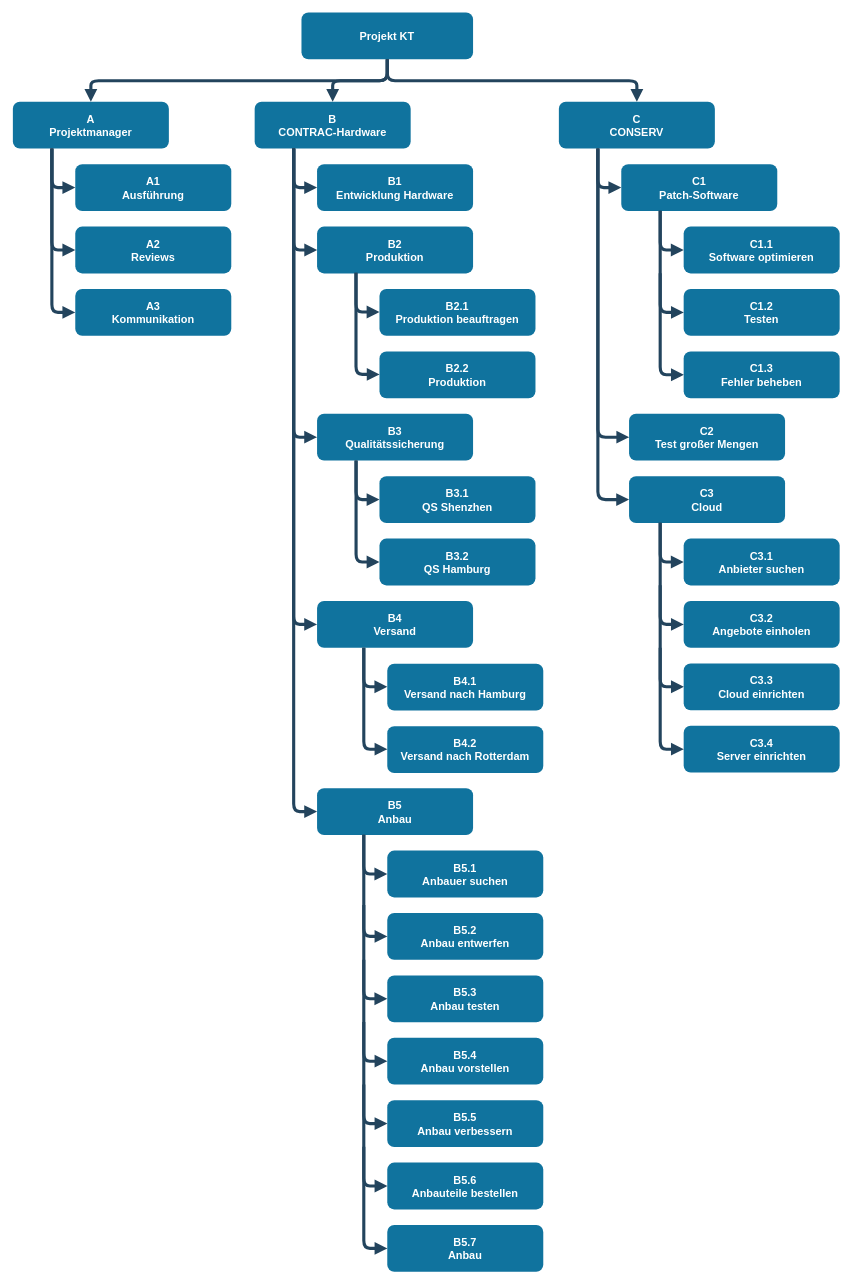
Above: Bilder/WBS.drawio in karabenemsi/ProjMan-Hausarbeit (draw.io), before the change. Source tidied: cells renumbered, new cells numbered last; positions are measured from the earlier drawing's top-left corner, leaving out a move shared by most shapes. Both pictures are drawn from the tidied source at 78%, with x=0, y=0 at pixel (12, 12).
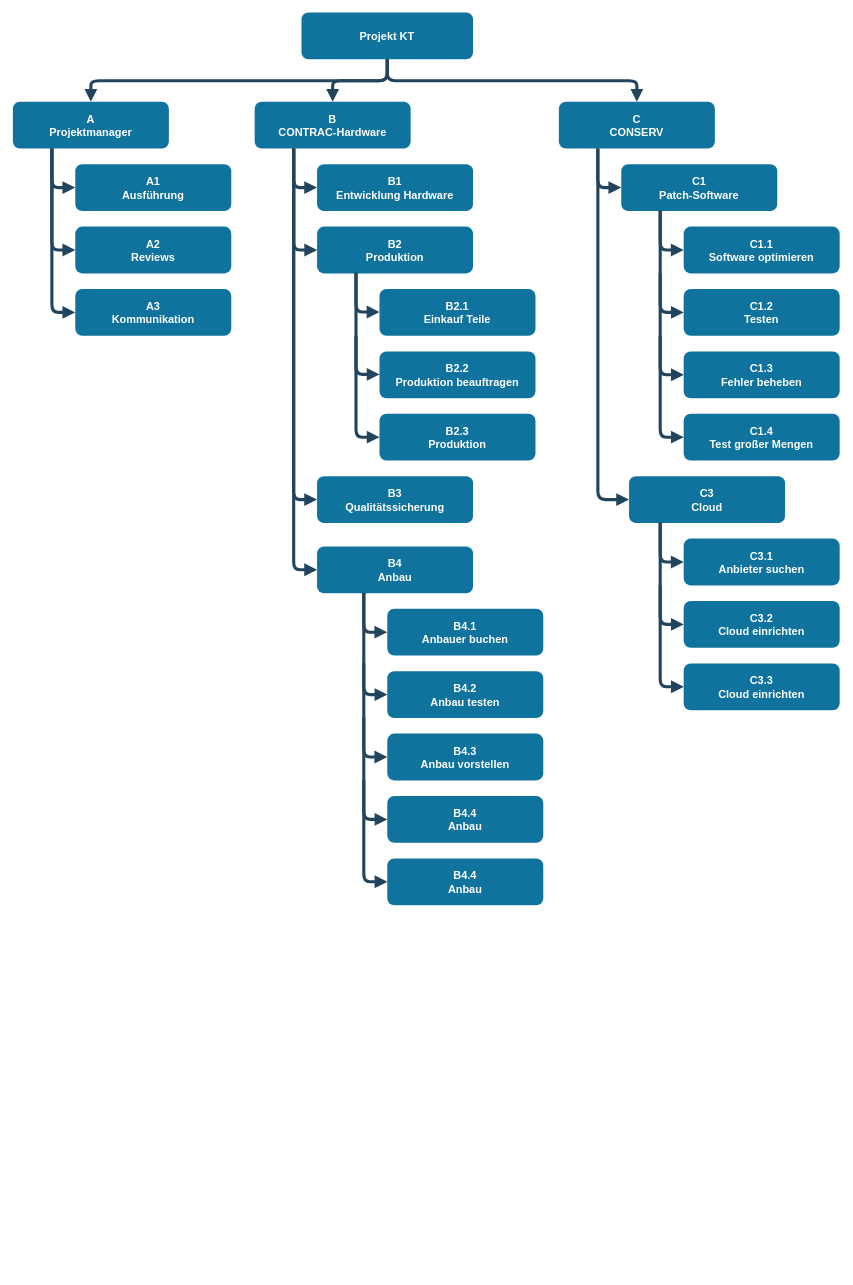
The same page after the edit.

The change refers to these unchanged cells:
```xml
<mxCell id="4" value="B&#10;CONTRAC-Hardware" style="rounded=1;fillColor=#10739E;strokeColor=none;shadow=0;gradientColor=none;fontStyle=1;fontColor=#FFFFFF;fontSize=14;" parent="1" vertex="1">
  <mxGeometry x="310" y="114" width="200" height="60" as="geometry" />
</mxCell>
<mxCell id="5" value="C&#10;CONSERV" style="rounded=1;fillColor=#10739E;strokeColor=none;shadow=0;gradientColor=none;fontStyle=1;fontColor=#FFFFFF;fontSize=14;" parent="1" vertex="1">
  <mxGeometry x="700" y="114" width="200" height="60" as="geometry" />
</mxCell>
```

The edit, as a diff of the source:
```diff
@@
     <mxCell id="17" value="B3&#10;Qualitätssicherung" style="rounded=1;fillColor=#10739E;strokeColor=none;shadow=0;gradientColor=none;fontStyle=1;fontColor=#FFFFFF;fontSize=14;" parent="1" vertex="1">
-      <mxGeometry x="390" y="514" width="200" height="60" as="geometry" />
+      <mxGeometry x="390" y="594" width="200" height="60" as="geometry" />
     </mxCell>
-    <mxCell id="18" value="B4&#10;Versand" style="rounded=1;fillColor=#10739E;strokeColor=none;shadow=0;gradientColor=none;fontStyle=1;fontColor=#FFFFFF;fontSize=14;" parent="1" vertex="1">
-      <mxGeometry x="390" y="754" width="200" height="60" as="geometry" />
-    </mxCell>
-    <mxCell id="19" value="B5&#10;Anbau" style="rounded=1;fillColor=#10739E;strokeColor=none;shadow=0;gradientColor=none;fontStyle=1;fontColor=#FFFFFF;fontSize=14;" parent="1" vertex="1">
-      <mxGeometry x="390" y="994" width="200" height="60" as="geometry" />
+    <mxCell id="19" value="B4&#10;Anbau" style="rounded=1;fillColor=#10739E;strokeColor=none;shadow=0;gradientColor=none;fontStyle=1;fontColor=#FFFFFF;fontSize=14;" parent="1" vertex="1">
+      <mxGeometry x="390" y="684" width="200" height="60" as="geometry" />
     </mxCell>
-    <mxCell id="20" value="B2.1&#10;Produktion beauftragen" style="rounded=1;fillColor=#10739E;strokeColor=none;shadow=0;gradientColor=none;fontStyle=1;fontColor=#FFFFFF;fontSize=14;" parent="1" vertex="1">
+    <mxCell id="20" value="B2.1&#10;Einkauf Teile" style="rounded=1;fillColor=#10739E;strokeColor=none;shadow=0;gradientColor=none;fontStyle=1;fontColor=#FFFFFF;fontSize=14;" parent="1" vertex="1">
       <mxGeometry x="470" y="354" width="200" height="60" as="geometry" />
     </mxCell>
-    <mxCell id="21" value="B2.2&#10;Produktion" style="rounded=1;fillColor=#10739E;strokeColor=none;shadow=0;gradientColor=none;fontStyle=1;fontColor=#FFFFFF;fontSize=14;" parent="1" vertex="1">
+    <mxCell id="21" value="B2.2&#10;Produktion beauftragen" style="rounded=1;fillColor=#10739E;strokeColor=none;shadow=0;gradientColor=none;fontStyle=1;fontColor=#FFFFFF;fontSize=14;" parent="1" vertex="1">
       <mxGeometry x="470" y="434" width="200" height="60" as="geometry" />
     </mxCell>
-    <mxCell id="22" value="B3.1&#10;QS Shenzhen" style="rounded=1;fillColor=#10739E;strokeColor=none;shadow=0;gradientColor=none;fontStyle=1;fontColor=#FFFFFF;fontSize=14;" parent="1" vertex="1">
-      <mxGeometry x="470" y="594" width="200" height="60" as="geometry" />
-    </mxCell>
-    <mxCell id="23" value="B3.2&#10;QS Hamburg" style="rounded=1;fillColor=#10739E;strokeColor=none;shadow=0;gradientColor=none;fontStyle=1;fontColor=#FFFFFF;fontSize=14;" parent="1" vertex="1">
-      <mxGeometry x="470" y="674" width="200" height="60" as="geometry" />
-    </mxCell>
-    <mxCell id="24" value="B4.1&#10;Versand nach Hamburg" style="rounded=1;fillColor=#10739E;strokeColor=none;shadow=0;gradientColor=none;fontStyle=1;fontColor=#FFFFFF;fontSize=14;" parent="1" vertex="1">
-      <mxGeometry x="480" y="834.5" width="200" height="60" as="geometry" />
-    </mxCell>
-    <mxCell id="25" value="B4.2&#10;Versand nach Rotterdam" style="rounded=1;fillColor=#10739E;strokeColor=none;shadow=0;gradientColor=none;fontStyle=1;fontColor=#FFFFFF;fontSize=14;" parent="1" vertex="1">
-      <mxGeometry x="480" y="914.5" width="200" height="60" as="geometry" />
-    </mxCell>
-    <mxCell id="26" value="B5.1&#10;Anbauer suchen" style="rounded=1;fillColor=#10739E;strokeColor=none;shadow=0;gradientColor=none;fontStyle=1;fontColor=#FFFFFF;fontSize=14;" parent="1" vertex="1">
-      <mxGeometry x="480" y="1074" width="200" height="60" as="geometry" />
+    <mxCell id="26" value="B4.1&#10;Anbauer buchen" style="rounded=1;fillColor=#10739E;strokeColor=none;shadow=0;gradientColor=none;fontStyle=1;fontColor=#FFFFFF;fontSize=14;" parent="1" vertex="1">
+      <mxGeometry x="480" y="764" width="200" height="60" as="geometry" />
     </mxCell>
-    <mxCell id="27" value="B5.2&#10;Anbau entwerfen" style="rounded=1;fillColor=#10739E;strokeColor=none;shadow=0;gradientColor=none;fontStyle=1;fontColor=#FFFFFF;fontSize=14;" parent="1" vertex="1">
-      <mxGeometry x="480" y="1154" width="200" height="60" as="geometry" />
-    </mxCell>
-    <mxCell id="28" value="B5.3&#10;Anbau testen" style="rounded=1;fillColor=#10739E;strokeColor=none;shadow=0;gradientColor=none;fontStyle=1;fontColor=#FFFFFF;fontSize=14;" parent="1" vertex="1">
-      <mxGeometry x="480" y="1234" width="200" height="60" as="geometry" />
-    </mxCell>
-    <mxCell id="29" value="B5.4&#10;Anbau vorstellen" style="rounded=1;fillColor=#10739E;strokeColor=none;shadow=0;gradientColor=none;fontStyle=1;fontColor=#FFFFFF;fontSize=14;" parent="1" vertex="1">
-      <mxGeometry x="480" y="1314" width="200" height="60" as="geometry" />
+    <mxCell id="29" value="B4.2&#10;Anbau testen" style="rounded=1;fillColor=#10739E;strokeColor=none;shadow=0;gradientColor=none;fontStyle=1;fontColor=#FFFFFF;fontSize=14;" parent="1" vertex="1">
+      <mxGeometry x="480" y="844" width="200" height="60" as="geometry" />
     </mxCell>
-    <mxCell id="30" value="B5.5&#10;Anbau verbessern" style="rounded=1;fillColor=#10739E;strokeColor=none;shadow=0;gradientColor=none;fontStyle=1;fontColor=#FFFFFF;fontSize=14;" parent="1" vertex="1">
-      <mxGeometry x="480" y="1394" width="200" height="60" as="geometry" />
-    </mxCell>
-    <mxCell id="31" value="B5.6&#10;Anbauteile bestellen" style="rounded=1;fillColor=#10739E;strokeColor=none;shadow=0;gradientColor=none;fontStyle=1;fontColor=#FFFFFF;fontSize=14;" parent="1" vertex="1">
-      <mxGeometry x="480" y="1474" width="200" height="60" as="geometry" />
+    <mxCell id="31" value="B4.3&#10;Anbau vorstellen" style="rounded=1;fillColor=#10739E;strokeColor=none;shadow=0;gradientColor=none;fontStyle=1;fontColor=#FFFFFF;fontSize=14;" parent="1" vertex="1">
+      <mxGeometry x="480" y="924" width="200" height="60" as="geometry" />
     </mxCell>
-    <mxCell id="32" value="B5.7&#10;Anbau" style="rounded=1;fillColor=#10739E;strokeColor=none;shadow=0;gradientColor=none;fontStyle=1;fontColor=#FFFFFF;fontSize=14;" parent="1" vertex="1">
-      <mxGeometry x="480" y="1554" width="200" height="60" as="geometry" />
+    <mxCell id="32" value="B4.4&#10;Anbau" style="rounded=1;fillColor=#10739E;strokeColor=none;shadow=0;gradientColor=none;fontStyle=1;fontColor=#FFFFFF;fontSize=14;" parent="1" vertex="1">
+      <mxGeometry x="480" y="1004" width="200" height="60" as="geometry" />
     </mxCell>
@@
     <mxCell id="35" style="edgeStyle=elbowEdgeStyle;elbow=vertical;strokeWidth=4;endArrow=block;endFill=1;fontStyle=1;strokeColor=#23445D;shadow=0;exitX=0.25;exitY=1;exitDx=0;exitDy=0;entryX=0;entryY=0.5;entryDx=0;entryDy=0;" parent="1" edge="1" source="4" target="17">
       <mxGeometry x="300" y="605.5" as="geometry">
         <Array as="points">
+          <mxPoint x="370" y="624" />
           <mxPoint x="370" y="544" />
         </Array>
       </mxGeometry>
     </mxCell>
-    <mxCell id="36" style="edgeStyle=elbowEdgeStyle;elbow=vertical;strokeWidth=4;endArrow=block;endFill=1;fontStyle=1;strokeColor=#23445D;shadow=0;exitX=0.25;exitY=1;exitDx=0;exitDy=0;entryX=0;entryY=0.5;entryDx=0;entryDy=0;" parent="1" edge="1" source="4" target="18">
-      <mxGeometry x="300" y="845.5" as="geometry">
-        <Array as="points">
-          <mxPoint x="370" y="784" />
-        </Array>
-      </mxGeometry>
-    </mxCell>
-    <mxCell id="37" style="edgeStyle=elbowEdgeStyle;elbow=vertical;strokeWidth=4;endArrow=block;endFill=1;fontStyle=1;strokeColor=#23445D;shadow=0;exitX=0.25;exitY=1;exitDx=0;exitDy=0;" parent="1" edge="1" source="17">
-      <mxGeometry x="380" y="685.5" as="geometry">
-        <mxPoint x="470" y="624" as="targetPoint" />
-        <Array as="points">
-          <mxPoint x="450" y="624" />
-        </Array>
-      </mxGeometry>
-    </mxCell>
-    <mxCell id="38" style="edgeStyle=elbowEdgeStyle;elbow=vertical;strokeWidth=4;endArrow=block;endFill=1;fontStyle=1;strokeColor=#23445D;shadow=0;exitX=0.25;exitY=1;exitDx=0;exitDy=0;entryX=0;entryY=0.5;entryDx=0;entryDy=0;" parent="1" edge="1" source="17" target="23">
-      <mxGeometry x="380" y="775.5" as="geometry">
-        <Array as="points">
-          <mxPoint x="460" y="704" />
-        </Array>
-      </mxGeometry>
-    </mxCell>
     <mxCell id="39" style="edgeStyle=elbowEdgeStyle;elbow=vertical;strokeWidth=4;endArrow=block;endFill=1;fontStyle=1;strokeColor=#23445D;shadow=0;exitX=0.25;exitY=1;exitDx=0;exitDy=0;entryX=0;entryY=0.5;entryDx=0;entryDy=0;" parent="1" edge="1" source="4" target="19">
       <mxGeometry x="310" y="1105.5" as="geometry">
         <Array as="points">
-          <mxPoint x="380" y="1024" />
+          <mxPoint x="350" y="714" />
         </Array>
       </mxGeometry>
     </mxCell>
@@
-    <mxCell id="42" style="edgeStyle=elbowEdgeStyle;elbow=vertical;strokeWidth=4;endArrow=block;endFill=1;fontStyle=1;strokeColor=#23445D;shadow=0;exitX=0.25;exitY=1;exitDx=0;exitDy=0;" parent="1" edge="1">
-      <mxGeometry x="390" y="925.5" as="geometry">
-        <mxPoint x="449.9" y="813.8" as="sourcePoint" />
-        <mxPoint x="480" y="864" as="targetPoint" />
-        <Array as="points">
-          <mxPoint x="460" y="864" />
-        </Array>
-      </mxGeometry>
-    </mxCell>
-    <mxCell id="43" style="edgeStyle=elbowEdgeStyle;elbow=vertical;strokeWidth=4;endArrow=block;endFill=1;fontStyle=1;strokeColor=#23445D;shadow=0;exitX=0.25;exitY=1;exitDx=0;exitDy=0;entryX=0;entryY=0.5;entryDx=0;entryDy=0;" parent="1" edge="1">
-      <mxGeometry x="390" y="1015.5" as="geometry">
-        <mxPoint x="449.9" y="813.8" as="sourcePoint" />
-        <mxPoint x="480.2" y="944.1" as="targetPoint" />
-        <Array as="points">
-          <mxPoint x="470" y="944" />
-        </Array>
-      </mxGeometry>
-    </mxCell>
     <mxCell id="44" style="edgeStyle=elbowEdgeStyle;elbow=vertical;strokeWidth=4;endArrow=block;endFill=1;fontStyle=1;strokeColor=#23445D;shadow=0;exitX=0.25;exitY=1;exitDx=0;exitDy=0;" parent="1" edge="1">
-      <mxGeometry x="390" y="1165.5" as="geometry">
-        <mxPoint x="449.9" y="1053.8" as="sourcePoint" />
-        <mxPoint x="480" y="1104" as="targetPoint" />
+      <mxGeometry x="390" y="855.5" as="geometry">
+        <mxPoint x="449.9" y="743.8" as="sourcePoint" />
+        <mxPoint x="480" y="794" as="targetPoint" />
         <Array as="points">
-          <mxPoint x="460" y="1104" />
+          <mxPoint x="460" y="794" />
         </Array>
       </mxGeometry>
     </mxCell>
     <mxCell id="45" style="edgeStyle=elbowEdgeStyle;elbow=vertical;strokeWidth=4;endArrow=block;endFill=1;fontStyle=1;strokeColor=#23445D;shadow=0;exitX=0.25;exitY=1;exitDx=0;exitDy=0;entryX=0;entryY=0.5;entryDx=0;entryDy=0;" parent="1" edge="1">
-      <mxGeometry x="390" y="1255.5" as="geometry">
-        <mxPoint x="449.9" y="1053.8" as="sourcePoint" />
-        <mxPoint x="480.2" y="1184.1" as="targetPoint" />
+      <mxGeometry x="390" y="945.5" as="geometry">
+        <mxPoint x="449.9" y="743.8" as="sourcePoint" />
+        <mxPoint x="480.2" y="874.1" as="targetPoint" />
         <Array as="points">
-          <mxPoint x="470" y="1184" />
+          <mxPoint x="470" y="874" />
         </Array>
       </mxGeometry>
     </mxCell>
-    <mxCell id="46" style="edgeStyle=elbowEdgeStyle;elbow=vertical;strokeWidth=4;endArrow=block;endFill=1;fontStyle=1;strokeColor=#23445D;shadow=0;exitX=0.25;exitY=1;exitDx=0;exitDy=0;entryX=0;entryY=0.5;entryDx=0;entryDy=0;" parent="1" edge="1" target="28">
-      <mxGeometry x="390" y="1345.5" as="geometry">
-        <mxPoint x="449.9" y="1143.8" as="sourcePoint" />
+    <mxCell id="46" style="edgeStyle=elbowEdgeStyle;elbow=vertical;strokeWidth=4;endArrow=block;endFill=1;fontStyle=1;strokeColor=#23445D;shadow=0;exitX=0.25;exitY=1;exitDx=0;exitDy=0;entryX=0;entryY=0.5;entryDx=0;entryDy=0;" parent="1" edge="1">
+      <mxGeometry x="390" y="1035.5" as="geometry">
+        <mxPoint x="449.9" y="833.8" as="sourcePoint" />
+        <mxPoint x="480" y="953.6" as="targetPoint" />
         <Array as="points">
-          <mxPoint x="470" y="1264" />
+          <mxPoint x="470" y="954" />
         </Array>
       </mxGeometry>
     </mxCell>
     <mxCell id="47" style="edgeStyle=elbowEdgeStyle;elbow=vertical;strokeWidth=4;endArrow=block;endFill=1;fontStyle=1;strokeColor=#23445D;shadow=0;exitX=0.25;exitY=1;exitDx=0;exitDy=0;entryX=0;entryY=0.5;entryDx=0;entryDy=0;" parent="1" edge="1">
-      <mxGeometry x="390" y="1415.5" as="geometry">
-        <mxPoint x="449.9" y="1213.8" as="sourcePoint" />
-        <mxPoint x="480.2" y="1344.1" as="targetPoint" />
+      <mxGeometry x="390" y="1105.5" as="geometry">
+        <mxPoint x="449.9" y="903.8" as="sourcePoint" />
+        <mxPoint x="480.2" y="1034.1" as="targetPoint" />
         <Array as="points">
-          <mxPoint x="470" y="1344" />
+          <mxPoint x="470" y="1034" />
         </Array>
       </mxGeometry>
     </mxCell>
-    <mxCell id="48" style="edgeStyle=elbowEdgeStyle;elbow=vertical;strokeWidth=4;endArrow=block;endFill=1;fontStyle=1;strokeColor=#23445D;shadow=0;exitX=0.25;exitY=1;exitDx=0;exitDy=0;entryX=0;entryY=0.5;entryDx=0;entryDy=0;" parent="1" edge="1">
-      <mxGeometry x="390" y="1495.5" as="geometry">
-        <mxPoint x="449.9" y="1293.8" as="sourcePoint" />
-        <mxPoint x="480.2" y="1424.1" as="targetPoint" />
-        <Array as="points">
-          <mxPoint x="470" y="1424" />
-        </Array>
-      </mxGeometry>
-    </mxCell>
-    <mxCell id="49" style="edgeStyle=elbowEdgeStyle;elbow=vertical;strokeWidth=4;endArrow=block;endFill=1;fontStyle=1;strokeColor=#23445D;shadow=0;exitX=0.25;exitY=1;exitDx=0;exitDy=0;entryX=0;entryY=0.5;entryDx=0;entryDy=0;" parent="1" edge="1">
-      <mxGeometry x="390" y="1575.5" as="geometry">
-        <mxPoint x="449.9" y="1373.8" as="sourcePoint" />
-        <mxPoint x="480.2" y="1504.1" as="targetPoint" />
-        <Array as="points">
-          <mxPoint x="470" y="1504" />
-        </Array>
-      </mxGeometry>
-    </mxCell>
-    <mxCell id="50" style="edgeStyle=elbowEdgeStyle;elbow=vertical;strokeWidth=4;endArrow=block;endFill=1;fontStyle=1;strokeColor=#23445D;shadow=0;exitX=0.25;exitY=1;exitDx=0;exitDy=0;entryX=0;entryY=0.5;entryDx=0;entryDy=0;" parent="1" edge="1">
-      <mxGeometry x="390" y="1655.5" as="geometry">
-        <mxPoint x="449.9" y="1453.8" as="sourcePoint" />
-        <mxPoint x="480.2" y="1584.1" as="targetPoint" />
-        <Array as="points">
-          <mxPoint x="470" y="1584" />
-        </Array>
-      </mxGeometry>
-    </mxCell>
@@
-    <mxCell id="52" value="C2&#10;Test großer Mengen" style="rounded=1;fillColor=#10739E;strokeColor=none;shadow=0;gradientColor=none;fontStyle=1;fontColor=#FFFFFF;fontSize=14;" parent="1" vertex="1">
-      <mxGeometry x="790" y="514" width="200" height="60" as="geometry" />
+    <mxCell id="52" value="C1.4&#10;Test großer Mengen" style="rounded=1;fillColor=#10739E;strokeColor=none;shadow=0;gradientColor=none;fontStyle=1;fontColor=#FFFFFF;fontSize=14;" parent="1" vertex="1">
+      <mxGeometry x="860" y="514" width="200" height="60" as="geometry" />
     </mxCell>
@@
-    <mxCell id="58" value="C3.2&#10;Angebote einholen" style="rounded=1;fillColor=#10739E;strokeColor=none;shadow=0;gradientColor=none;fontStyle=1;fontColor=#FFFFFF;fontSize=14;" parent="1" vertex="1">
+    <mxCell id="58" value="C3.2&#10;Cloud einrichten" style="rounded=1;fillColor=#10739E;strokeColor=none;shadow=0;gradientColor=none;fontStyle=1;fontColor=#FFFFFF;fontSize=14;" parent="1" vertex="1">
       <mxGeometry x="860" y="754" width="200" height="60" as="geometry" />
     </mxCell>
@@
-    <mxCell id="60" value="C3.4&#10;Server einrichten" style="rounded=1;fillColor=#10739E;strokeColor=none;shadow=0;gradientColor=none;fontStyle=1;fontColor=#FFFFFF;fontSize=14;" parent="1" vertex="1">
-      <mxGeometry x="860" y="914" width="200" height="60" as="geometry" />
-    </mxCell>
@@
-    <mxCell id="62" style="edgeStyle=elbowEdgeStyle;elbow=vertical;strokeWidth=4;endArrow=block;endFill=1;fontStyle=1;strokeColor=#23445D;shadow=0;exitX=0.25;exitY=1;exitDx=0;exitDy=0;entryX=0;entryY=0.5;entryDx=0;entryDy=0;" parent="1" edge="1" source="5">
-      <mxGeometry x="710" y="1035.5" as="geometry">
-        <mxPoint x="790.2" y="544.1" as="targetPoint" />
-        <Array as="points">
-          <mxPoint x="770" y="544" />
-        </Array>
-      </mxGeometry>
-    </mxCell>
@@
-    <mxCell id="70" style="edgeStyle=elbowEdgeStyle;elbow=vertical;strokeWidth=4;endArrow=block;endFill=1;fontStyle=1;strokeColor=#23445D;shadow=0;exitX=0.25;exitY=1;exitDx=0;exitDy=0;entryX=0;entryY=0.5;entryDx=0;entryDy=0;" parent="1" edge="1">
-      <mxGeometry x="770" y="1015.5" as="geometry">
-        <mxPoint x="829.9" y="813.8" as="sourcePoint" />
-        <mxPoint x="860.2" y="944.1" as="targetPoint" />
-        <Array as="points">
-          <mxPoint x="850" y="944" />
-        </Array>
-      </mxGeometry>
-    </mxCell>
+    <mxCell id="71" value="B4.4&#10;Anbau" style="rounded=1;fillColor=#10739E;strokeColor=none;shadow=0;gradientColor=none;fontStyle=1;fontColor=#FFFFFF;fontSize=14;" parent="1" vertex="1">
+      <mxGeometry x="480" y="1084" width="200" height="60" as="geometry" />
+    </mxCell>
+    <mxCell id="72" style="edgeStyle=elbowEdgeStyle;elbow=vertical;strokeWidth=4;endArrow=block;endFill=1;fontStyle=1;strokeColor=#23445D;shadow=0;exitX=0.25;exitY=1;exitDx=0;exitDy=0;entryX=0;entryY=0.5;entryDx=0;entryDy=0;" parent="1" edge="1">
+      <mxGeometry x="390" y="1185.5" as="geometry">
+        <mxPoint x="449.9" y="983.8" as="sourcePoint" />
+        <mxPoint x="480.2" y="1114.1" as="targetPoint" />
+        <Array as="points">
+          <mxPoint x="470" y="1114" />
+        </Array>
+      </mxGeometry>
+    </mxCell>
+    <mxCell id="73" value="B2.3&#10;Produktion" style="rounded=1;fillColor=#10739E;strokeColor=none;shadow=0;gradientColor=none;fontStyle=1;fontColor=#FFFFFF;fontSize=14;" parent="1" vertex="1">
+      <mxGeometry x="470" y="514" width="200" height="60" as="geometry" />
+    </mxCell>
+    <mxCell id="74" style="edgeStyle=elbowEdgeStyle;elbow=vertical;strokeWidth=4;endArrow=block;endFill=1;fontStyle=1;strokeColor=#23445D;shadow=0;exitX=0.25;exitY=1;exitDx=0;exitDy=0;entryX=0;entryY=0.5;entryDx=0;entryDy=0;" parent="1" edge="1">
+      <mxGeometry x="380" y="615.5" as="geometry">
+        <mxPoint x="439.9" y="413.8" as="sourcePoint" />
+        <mxPoint x="470.2" y="544.1" as="targetPoint" />
+        <Array as="points">
+          <mxPoint x="460" y="544" />
+        </Array>
+      </mxGeometry>
+    </mxCell>
+    <mxCell id="75" style="edgeStyle=elbowEdgeStyle;elbow=vertical;strokeWidth=4;endArrow=block;endFill=1;fontStyle=1;strokeColor=#23445D;shadow=0;exitX=0.25;exitY=1;exitDx=0;exitDy=0;entryX=0;entryY=0.5;entryDx=0;entryDy=0;" parent="1" edge="1">
+      <mxGeometry x="770" y="615.5" as="geometry">
+        <mxPoint x="829.9" y="413.8" as="sourcePoint" />
+        <mxPoint x="860.2" y="544.1" as="targetPoint" />
+        <Array as="points">
+          <mxPoint x="850" y="544" />
+        </Array>
+      </mxGeometry>
+    </mxCell>
```
